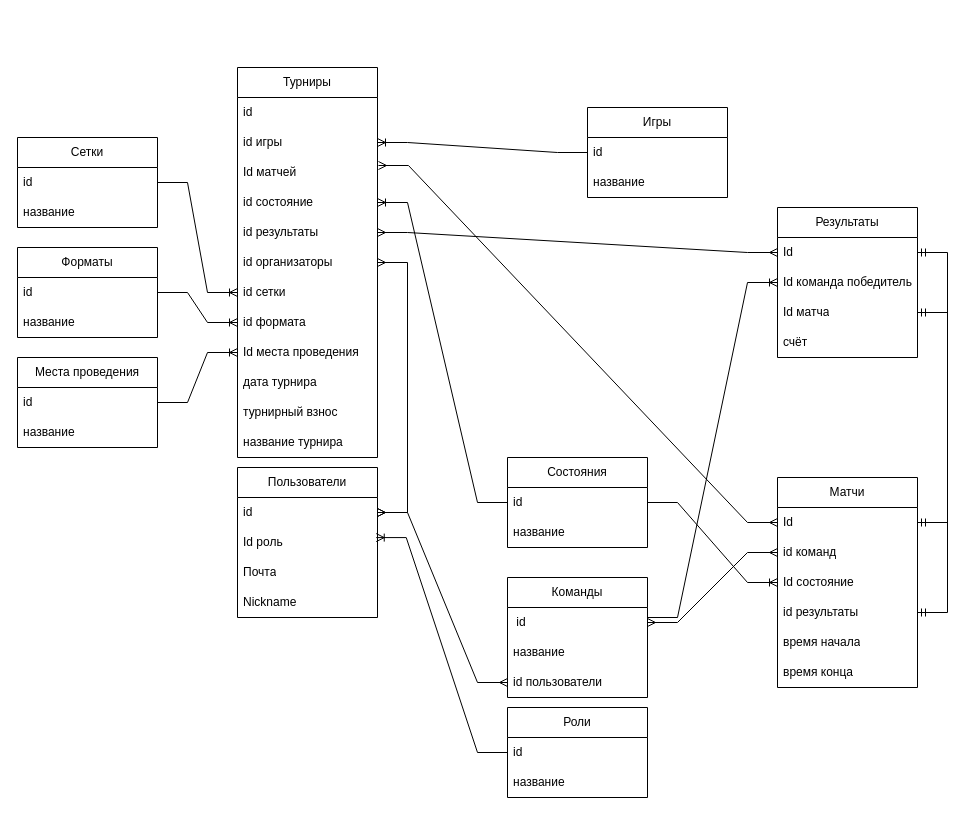
The draw.io diagram backend/architecture_db_hahaton.drawio in Probe1st/hahaton-project, before the edit. Source tidied: cells renumbered, new cells numbered last; positions are measured from the earlier drawing's top-left corner, leaving out a move shared by most shapes. Both pictures are drawn from the tidied source at 100%, with x=0, y=0 at pixel (17, 67).
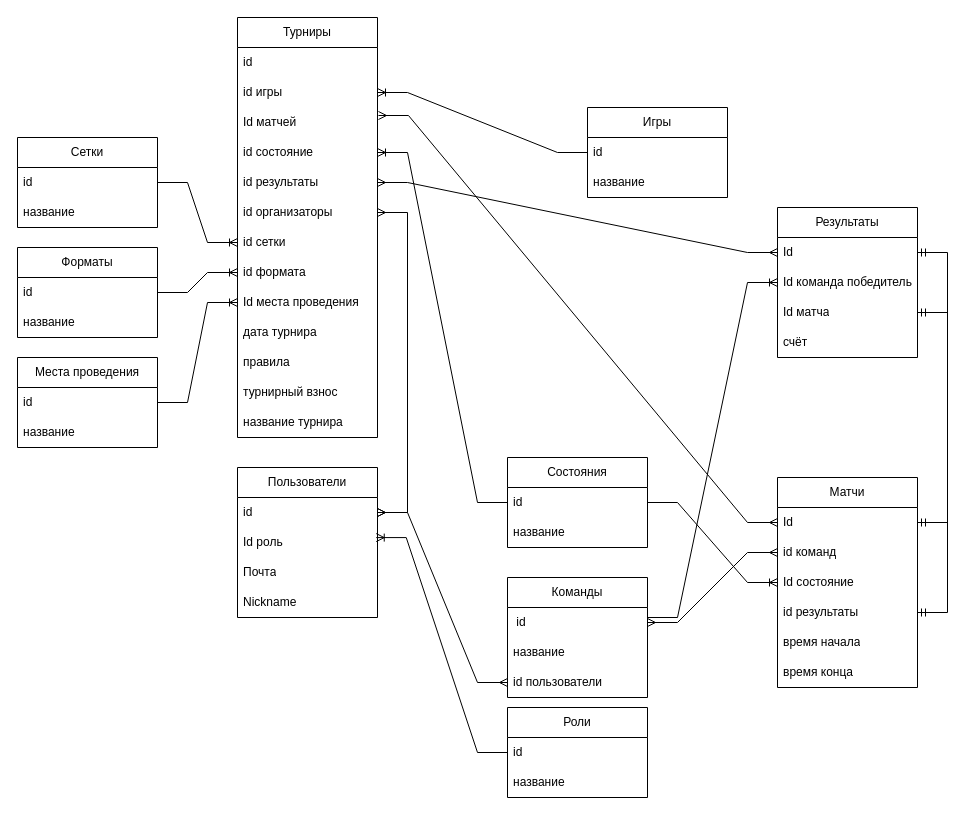
Above is the later version.

What changed in the source:
```diff
@@
     <mxCell id="27" value="Турниры" style="swimlane;fontStyle=0;horizontal=1;startSize=30;whiteSpace=wrap;html=1;" parent="1" vertex="1">
-      <mxGeometry x="220" width="140" height="390" as="geometry" />
+      <mxGeometry x="220" y="-50" width="140" height="420" as="geometry" />
     </mxCell>
@@
+    <mxCell id="69" value="правила" style="text;strokeColor=none;fillColor=none;align=left;verticalAlign=middle;spacingLeft=4;spacingRight=4;overflow=hidden;whiteSpace=wrap;html=1;" parent="27" vertex="1">
+      <mxGeometry y="330" width="140" height="30" as="geometry" />
+    </mxCell>
     <mxCell id="38" value="турнирный взнос" style="text;strokeColor=none;fillColor=none;align=left;verticalAlign=middle;spacingLeft=4;spacingRight=4;overflow=hidden;whiteSpace=wrap;html=1;" parent="27" vertex="1">
-      <mxGeometry y="330" width="140" height="30" as="geometry" />
+      <mxGeometry y="360" width="140" height="30" as="geometry" />
     </mxCell>
     <mxCell id="39" value="название турнира" style="text;strokeColor=none;fillColor=none;align=left;verticalAlign=middle;spacingLeft=4;spacingRight=4;overflow=hidden;whiteSpace=wrap;html=1;" parent="27" vertex="1">
-      <mxGeometry y="360" width="140" height="30" as="geometry" />
+      <mxGeometry y="390" width="140" height="30" as="geometry" />
     </mxCell>
```
